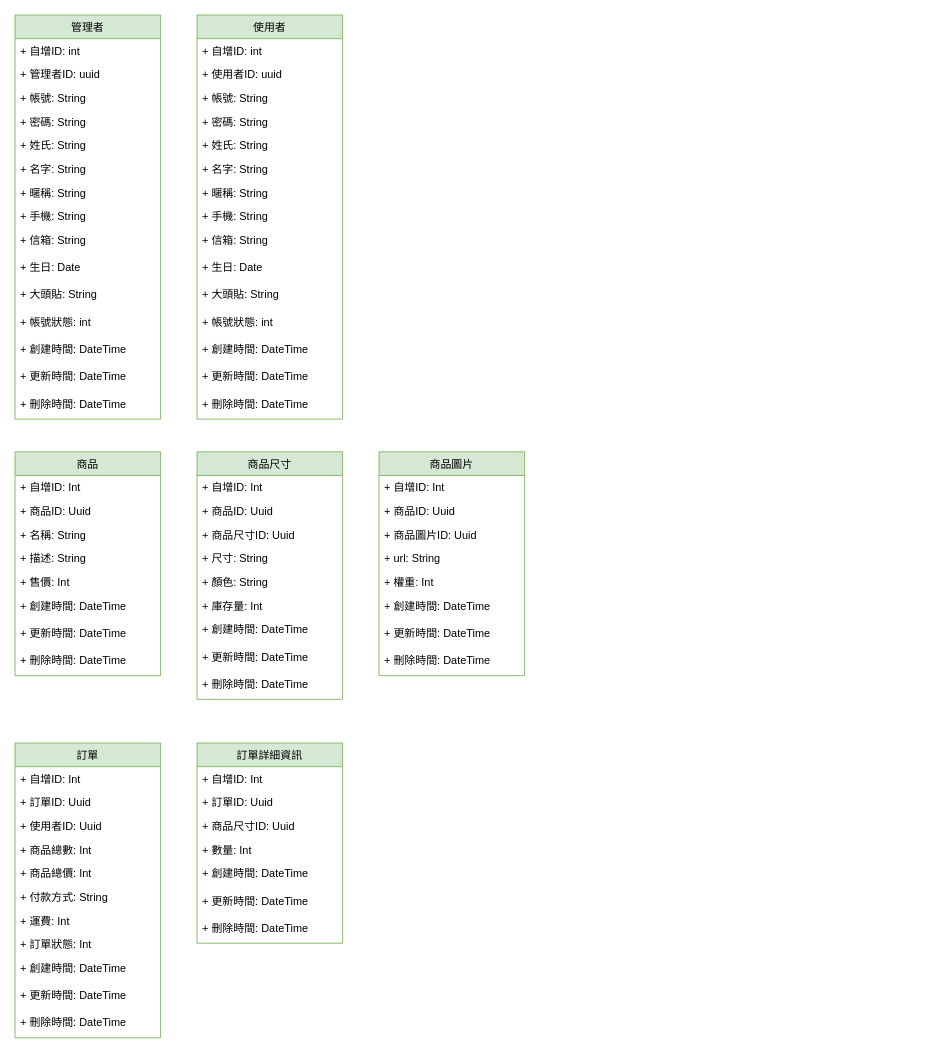
Earlier version of the draw.io diagram Document/AK49.drawio (kurt6783/AK49-Shop). Source tidied: cells renumbered, new cells numbered last; positions are measured from the earlier drawing's top-left corner, leaving out a move shared by most shapes. Both pictures are drawn from the tidied source at 91%, with x=0, y=0 at pixel (15, 15).
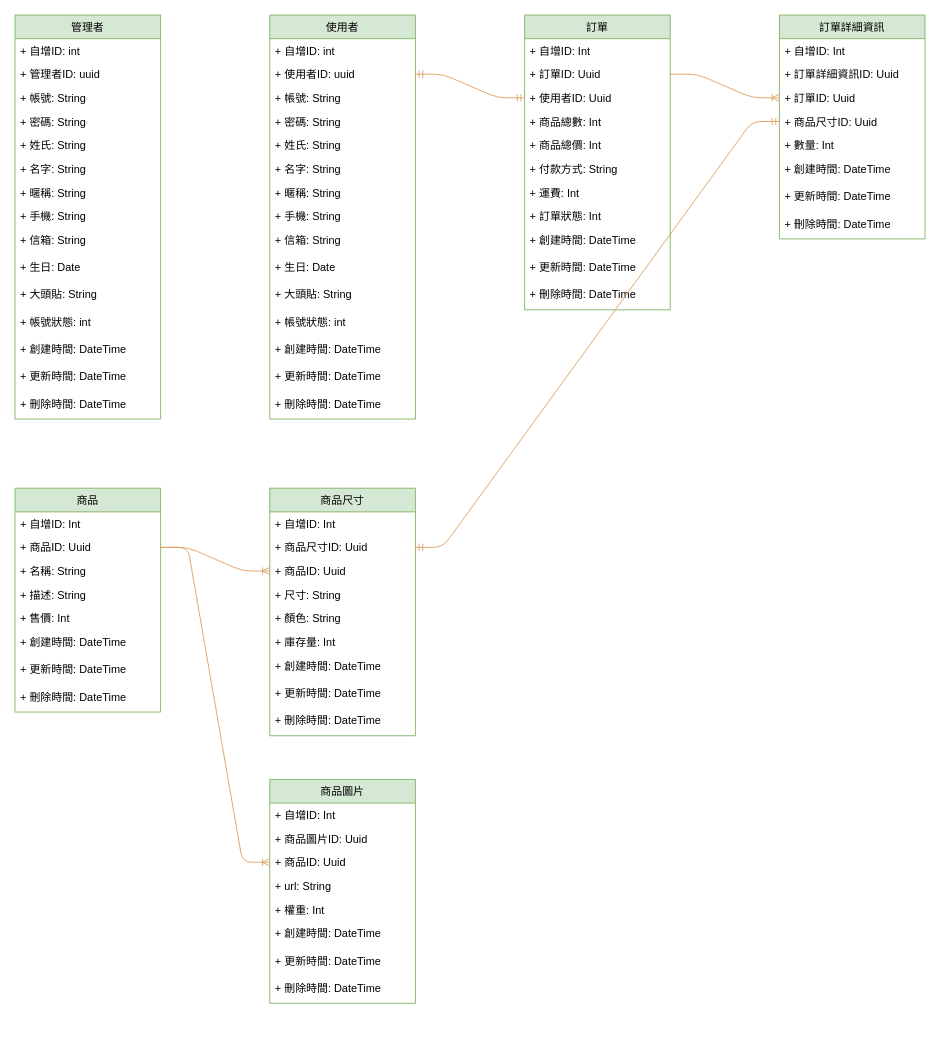
The same diagram, later.

The change refers to these unchanged cells:
```xml
<mxCell id="4" value="+ 使用者ID: uuid" style="text;strokeColor=none;fillColor=none;align=left;verticalAlign=top;spacingLeft=4;spacingRight=4;overflow=hidden;points=[[0,0.5],[1,0.5]];portConstraint=eastwest;" parent="2" vertex="1">
  <mxGeometry y="52" width="160" height="26" as="geometry" />
</mxCell>
<mxCell id="20" value="+ 商品ID: Uuid" style="text;strokeColor=none;fillColor=none;align=left;verticalAlign=top;spacingLeft=4;spacingRight=4;overflow=hidden;points=[[0,0.5],[1,0.5]];portConstraint=eastwest;" parent="18" vertex="1">
  <mxGeometry y="52" width="160" height="26" as="geometry" />
</mxCell>
<mxCell id="64" value="+ 訂單ID: Uuid" style="text;strokeColor=none;fillColor=none;align=left;verticalAlign=top;spacingLeft=4;spacingRight=4;overflow=hidden;points=[[0,0.5],[1,0.5]];portConstraint=eastwest;" parent="62" vertex="1">
  <mxGeometry y="52" width="160" height="26" as="geometry" />
</mxCell>
<mxCell id="65" value="+ 使用者ID: Uuid" style="text;strokeColor=none;fillColor=none;align=left;verticalAlign=top;spacingLeft=4;spacingRight=4;overflow=hidden;points=[[0,0.5],[1,0.5]];portConstraint=eastwest;" parent="62" vertex="1">
  <mxGeometry y="78" width="160" height="26" as="geometry" />
</mxCell>
```

What changed in the source:
```diff
@@
     <mxCell id="2" value="使用者" style="swimlane;fontStyle=0;horizontal=1;startSize=26;fillColor=#d5e8d4;strokeColor=#82b366;" parent="1" vertex="1">
-      <mxGeometry x="200" width="160" height="444" as="geometry" />
+      <mxGeometry x="280" width="160" height="444" as="geometry" />
     </mxCell>
@@
     <mxCell id="18" value="商品" style="swimlane;fontStyle=0;horizontal=1;startSize=26;fillColor=#d5e8d4;strokeColor=#82b366;" parent="1" vertex="1">
-      <mxGeometry y="480" width="160" height="246" as="geometry" />
+      <mxGeometry y="520" width="160" height="246" as="geometry" />
     </mxCell>
@@
     <mxCell id="43" value="商品尺寸" style="swimlane;fontStyle=0;horizontal=1;startSize=26;fillColor=#d5e8d4;strokeColor=#82b366;" parent="1" vertex="1">
-      <mxGeometry x="200" y="480" width="160" height="272" as="geometry" />
+      <mxGeometry x="280" y="520" width="160" height="272" as="geometry" />
     </mxCell>
@@
+    <mxCell id="46" value="+ 商品尺寸ID: Uuid" style="text;strokeColor=none;fillColor=none;align=left;verticalAlign=top;spacingLeft=4;spacingRight=4;overflow=hidden;points=[[0,0.5],[1,0.5]];portConstraint=eastwest;" parent="43" vertex="1">
+      <mxGeometry y="52" width="160" height="26" as="geometry" />
+    </mxCell>
     <mxCell id="45" value="+ 商品ID: Uuid" style="text;strokeColor=none;fillColor=none;align=left;verticalAlign=top;spacingLeft=4;spacingRight=4;overflow=hidden;points=[[0,0.5],[1,0.5]];portConstraint=eastwest;" parent="43" vertex="1">
-      <mxGeometry y="52" width="160" height="26" as="geometry" />
+      <mxGeometry y="78" width="160" height="26" as="geometry" />
     </mxCell>
-    <mxCell id="46" value="+ 商品尺寸ID: Uuid" style="text;strokeColor=none;fillColor=none;align=left;verticalAlign=top;spacingLeft=4;spacingRight=4;overflow=hidden;points=[[0,0.5],[1,0.5]];portConstraint=eastwest;" parent="43" vertex="1">
-      <mxGeometry y="78" width="160" height="26" as="geometry" />
-    </mxCell>
@@
     <mxCell id="53" value="商品圖片" style="swimlane;fontStyle=0;horizontal=1;startSize=26;fillColor=#d5e8d4;strokeColor=#82b366;" parent="1" vertex="1">
-      <mxGeometry x="400" y="480" width="160" height="246" as="geometry" />
+      <mxGeometry x="280" y="840" width="160" height="246" as="geometry" />
     </mxCell>
@@
+    <mxCell id="56" value="+ 商品圖片ID: Uuid" style="text;strokeColor=none;fillColor=none;align=left;verticalAlign=top;spacingLeft=4;spacingRight=4;overflow=hidden;" parent="53" vertex="1">
+      <mxGeometry y="52" width="160" height="26" as="geometry" />
+    </mxCell>
     <mxCell id="55" value="+ 商品ID: Uuid" style="text;strokeColor=none;fillColor=none;align=left;verticalAlign=top;spacingLeft=4;spacingRight=4;overflow=hidden;points=[[0,0.5],[1,0.5]];portConstraint=eastwest;" parent="53" vertex="1">
-      <mxGeometry y="52" width="160" height="26" as="geometry" />
+      <mxGeometry y="78" width="160" height="26" as="geometry" />
     </mxCell>
-    <mxCell id="56" value="+ 商品圖片ID: Uuid" style="text;strokeColor=none;fillColor=none;align=left;verticalAlign=top;spacingLeft=4;spacingRight=4;overflow=hidden;" parent="53" vertex="1">
-      <mxGeometry y="78" width="160" height="26" as="geometry" />
-    </mxCell>
@@
     <mxCell id="62" value="訂單" style="swimlane;fontStyle=0;horizontal=1;startSize=26;fillColor=#d5e8d4;strokeColor=#82b366;" parent="1" vertex="1">
-      <mxGeometry y="800" width="160" height="324" as="geometry" />
+      <mxGeometry x="560" width="160" height="324" as="geometry" />
     </mxCell>
@@
     <mxCell id="74" value="訂單詳細資訊" style="swimlane;fontStyle=0;horizontal=1;startSize=26;fillColor=#d5e8d4;strokeColor=#82b366;" parent="1" vertex="1">
-      <mxGeometry x="200" y="800" width="160" height="220" as="geometry" />
+      <mxGeometry x="840" width="160" height="246" as="geometry" />
     </mxCell>
@@
+    <mxCell id="82" value="+ 訂單詳細資訊ID: Uuid" style="text;strokeColor=none;fillColor=none;align=left;verticalAlign=top;spacingLeft=4;spacingRight=4;overflow=hidden;" parent="74" vertex="1">
+      <mxGeometry y="52" width="160" height="26" as="geometry" />
+    </mxCell>
     <mxCell id="76" value="+ 訂單ID: Uuid" style="text;strokeColor=none;fillColor=none;align=left;verticalAlign=top;spacingLeft=4;spacingRight=4;overflow=hidden;points=[[0,0.5],[1,0.5]];portConstraint=eastwest;" parent="74" vertex="1">
-      <mxGeometry y="52" width="160" height="26" as="geometry" />
+      <mxGeometry y="78" width="160" height="26" as="geometry" />
     </mxCell>
     <mxCell id="77" value="+ 商品尺寸ID: Uuid" style="text;strokeColor=none;fillColor=none;align=left;verticalAlign=top;spacingLeft=4;spacingRight=4;overflow=hidden;points=[[0,0.5],[1,0.5]];portConstraint=eastwest;" parent="74" vertex="1">
-      <mxGeometry y="78" width="160" height="26" as="geometry" />
+      <mxGeometry y="104" width="160" height="26" as="geometry" />
     </mxCell>
     <mxCell id="78" value="+ 數量: Int" style="text;strokeColor=none;fillColor=none;align=left;verticalAlign=top;spacingLeft=4;spacingRight=4;overflow=hidden;" parent="74" vertex="1">
-      <mxGeometry y="104" width="160" height="26" as="geometry" />
+      <mxGeometry y="130" width="160" height="26" as="geometry" />
     </mxCell>
     <mxCell id="79" value="+ 創建時間: DateTime" style="text;strokeColor=none;fillColor=none;align=left;verticalAlign=top;spacingLeft=4;spacingRight=4;overflow=hidden;" parent="74" vertex="1">
-      <mxGeometry y="130" width="160" height="30" as="geometry" />
+      <mxGeometry y="156" width="160" height="30" as="geometry" />
     </mxCell>
     <mxCell id="80" value="+ 更新時間: DateTime" style="text;strokeColor=none;fillColor=none;align=left;verticalAlign=top;spacingLeft=4;spacingRight=4;overflow=hidden;" parent="74" vertex="1">
-      <mxGeometry y="160" width="160" height="30" as="geometry" />
+      <mxGeometry y="186" width="160" height="30" as="geometry" />
     </mxCell>
     <mxCell id="81" value="+ 刪除時間: DateTime" style="text;strokeColor=none;fillColor=none;align=left;verticalAlign=top;spacingLeft=4;spacingRight=4;overflow=hidden;" parent="74" vertex="1">
-      <mxGeometry y="190" width="160" height="30" as="geometry" />
+      <mxGeometry y="216" width="160" height="30" as="geometry" />
     </mxCell>
+    <mxCell id="83" style="edgeStyle=entityRelationEdgeStyle;fontSize=12;html=1;endArrow=ERoneToMany;strokeColor=#DDA15E;fillColor=#BC6C25;exitX=1;exitY=0.5;exitDx=0;exitDy=0;entryX=0;entryY=0.5;entryDx=0;entryDy=0;" parent="1" edge="1" source="20" target="45">
+      <mxGeometry relative="1" as="geometry" />
+    </mxCell>
+    <mxCell id="84" style="edgeStyle=entityRelationEdgeStyle;fontSize=12;html=1;endArrow=ERoneToMany;strokeColor=#DDA15E;fillColor=#BC6C25;exitX=1;exitY=0.5;exitDx=0;exitDy=0;entryX=0;entryY=0.5;entryDx=0;entryDy=0;" parent="1" edge="1" source="20" target="55">
+      <mxGeometry relative="1" as="geometry" />
+    </mxCell>
+    <mxCell id="85" style="edgeStyle=entityRelationEdgeStyle;fontSize=12;html=1;endArrow=ERoneToMany;strokeColor=#DDA15E;fillColor=#BC6C25;exitX=1;exitY=0.5;exitDx=0;exitDy=0;entryX=0;entryY=0.5;entryDx=0;entryDy=0;" parent="1" edge="1" source="64" target="76">
+      <mxGeometry relative="1" as="geometry" />
+    </mxCell>
+    <mxCell id="86" style="edgeStyle=entityRelationEdgeStyle;fontSize=12;html=1;endArrow=ERmandOne;startArrow=ERmandOne;strokeColor=#DDA15E;fillColor=#BC6C25;exitX=1;exitY=0.5;exitDx=0;exitDy=0;entryX=0;entryY=0.5;entryDx=0;entryDy=0;" parent="1" edge="1" source="46" target="77">
+      <mxGeometry relative="1" as="geometry" />
+    </mxCell>
+    <mxCell id="87" style="edgeStyle=entityRelationEdgeStyle;fontSize=12;html=1;endArrow=ERmandOne;startArrow=ERmandOne;strokeColor=#DDA15E;fillColor=#BC6C25;exitX=1;exitY=0.5;exitDx=0;exitDy=0;entryX=0;entryY=0.5;entryDx=0;entryDy=0;" parent="1" edge="1" source="4" target="65">
+      <mxGeometry relative="1" as="geometry" />
+    </mxCell>
```
